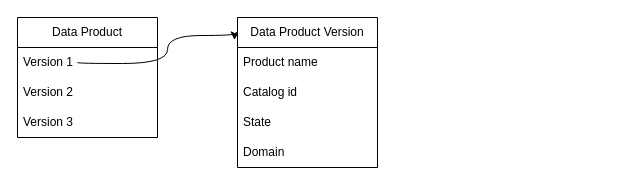
Above: dph-concept.drawio in ganisback/draw.io (draw.io), before the change. Source tidied: cells renumbered, new cells numbered last; positions are measured from the earlier drawing's top-left corner, leaving out a move shared by most shapes. Both pictures are drawn from the tidied source at 100%, with x=0, y=0 at pixel (17, 17).
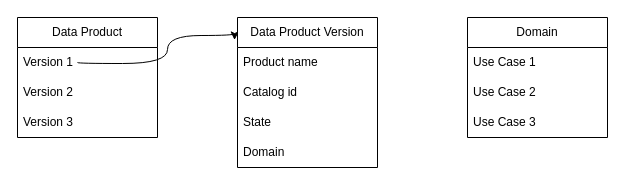
After the change.

Diff of the diagram source:
```diff
@@
 <mxGraphModel>
   <root>
     <mxCell id="0" />
     <mxCell id="1" parent="0" />
     <mxCell id="2" value="Data Product" style="swimlane;fontStyle=0;horizontal=1;startSize=30;whiteSpace=wrap;html=1;" parent="1" vertex="1">
       <mxGeometry width="140" height="120" as="geometry" />
     </mxCell>
     <mxCell id="3" value="Version 1" style="text;strokeColor=none;fillColor=none;align=left;verticalAlign=middle;spacingLeft=4;spacingRight=4;overflow=hidden;whiteSpace=wrap;html=1;" parent="2" vertex="1">
       <mxGeometry y="30" width="140" height="30" as="geometry" />
     </mxCell>
     <mxCell id="4" style="endArrow=classic;html=1;rounded=0;edgeStyle=orthogonalEdgeStyle;entryX=-0.021;entryY=0.15;entryDx=0;entryDy=0;curved=1;entryPerimeter=0;" parent="2" edge="1" target="7">
       <mxGeometry relative="1" as="geometry">
         <mxPoint x="60" y="45" as="sourcePoint" />
         <Array as="points">
           <mxPoint x="60" y="46" />
           <mxPoint x="150" y="46" />
           <mxPoint x="150" y="18" />
         </Array>
       </mxGeometry>
     </mxCell>
     <mxCell id="5" value="Version 2" style="text;strokeColor=none;fillColor=none;align=left;verticalAlign=middle;spacingLeft=4;spacingRight=4;overflow=hidden;whiteSpace=wrap;html=1;" parent="2" vertex="1">
       <mxGeometry y="60" width="140" height="30" as="geometry" />
     </mxCell>
     <mxCell id="6" value="Version 3" style="text;strokeColor=none;fillColor=none;align=left;verticalAlign=middle;spacingLeft=4;spacingRight=4;overflow=hidden;whiteSpace=wrap;html=1;" parent="2" vertex="1">
       <mxGeometry y="90" width="140" height="30" as="geometry" />
     </mxCell>
     <mxCell id="7" value="Data Product Version" style="swimlane;fontStyle=0;horizontal=1;startSize=30;whiteSpace=wrap;html=1;" parent="1" vertex="1">
       <mxGeometry x="220" width="140" height="150" as="geometry" />
     </mxCell>
     <mxCell id="8" value="Product name" style="text;strokeColor=none;fillColor=none;align=left;verticalAlign=middle;spacingLeft=4;spacingRight=4;overflow=hidden;whiteSpace=wrap;html=1;" parent="7" vertex="1">
       <mxGeometry y="30" width="140" height="30" as="geometry" />
     </mxCell>
     <mxCell id="9" value="Catalog id" style="text;strokeColor=none;fillColor=none;align=left;verticalAlign=middle;spacingLeft=4;spacingRight=4;overflow=hidden;whiteSpace=wrap;html=1;" parent="7" vertex="1">
       <mxGeometry y="60" width="140" height="30" as="geometry" />
     </mxCell>
     <mxCell id="10" value="State" style="text;strokeColor=none;fillColor=none;align=left;verticalAlign=middle;spacingLeft=4;spacingRight=4;overflow=hidden;whiteSpace=wrap;html=1;" parent="7" vertex="1">
       <mxGeometry y="90" width="140" height="30" as="geometry" />
     </mxCell>
     <mxCell id="11" value="Domain" style="text;strokeColor=none;fillColor=none;align=left;verticalAlign=middle;spacingLeft=4;spacingRight=4;overflow=hidden;whiteSpace=wrap;html=1;" parent="7" vertex="1">
       <mxGeometry y="120" width="140" height="30" as="geometry" />
     </mxCell>
+    <mxCell id="12" value="Domain" style="swimlane;fontStyle=0;horizontal=1;startSize=30;whiteSpace=wrap;html=1;" parent="1" vertex="1">
+      <mxGeometry x="450" width="140" height="120" as="geometry" />
+    </mxCell>
+    <mxCell id="13" value="Use Case 1" style="text;strokeColor=none;fillColor=none;align=left;verticalAlign=middle;spacingLeft=4;spacingRight=4;overflow=hidden;whiteSpace=wrap;html=1;" parent="12" vertex="1">
+      <mxGeometry y="30" width="140" height="30" as="geometry" />
+    </mxCell>
+    <mxCell id="14" value="Use Case 2" style="text;strokeColor=none;fillColor=none;align=left;verticalAlign=middle;spacingLeft=4;spacingRight=4;overflow=hidden;whiteSpace=wrap;html=1;" parent="12" vertex="1">
+      <mxGeometry y="60" width="140" height="30" as="geometry" />
+    </mxCell>
+    <mxCell id="15" value="Use Case 3" style="text;strokeColor=none;fillColor=none;align=left;verticalAlign=middle;spacingLeft=4;spacingRight=4;overflow=hidden;whiteSpace=wrap;html=1;" parent="12" vertex="1">
+      <mxGeometry y="90" width="140" height="30" as="geometry" />
+    </mxCell>
   </root>
 </mxGraphModel>
```
